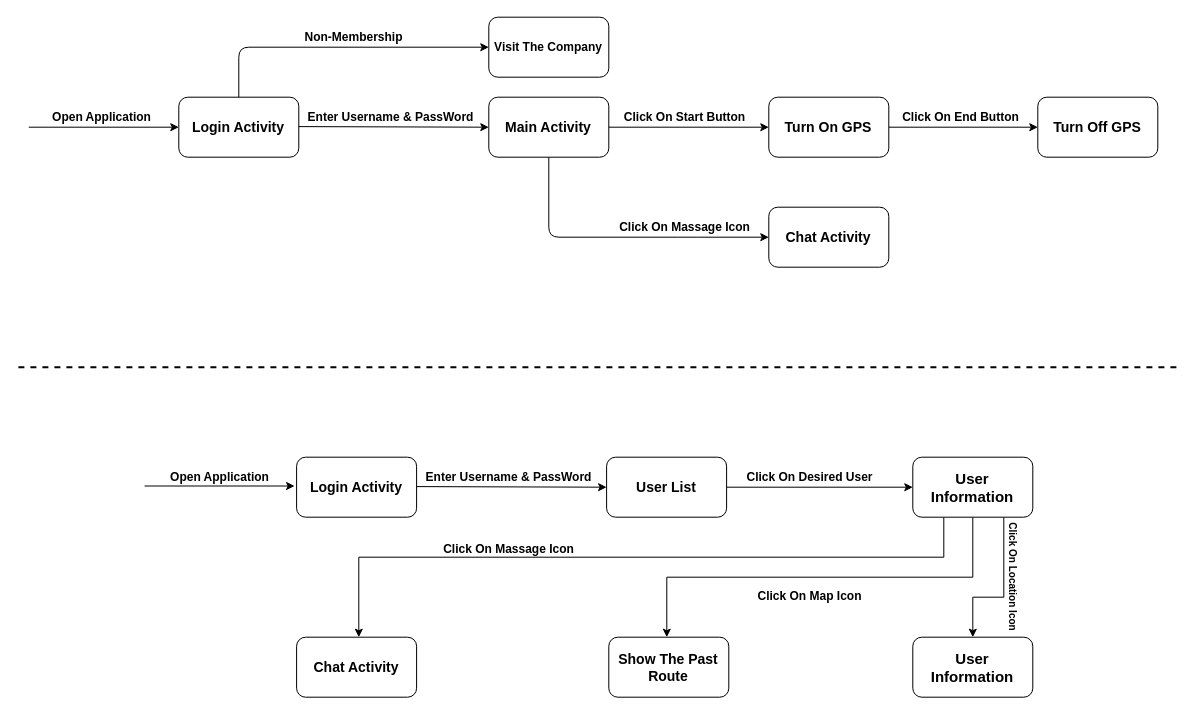
geeksesi/my_university keeps this draw.io diagram as Projects/Tahlil_term3/STD.drawio. Above is the earlier version. Source tidied: cells renumbered, new cells numbered last; positions are measured from the earlier drawing's top-left corner, leaving out a move shared by most shapes. Both pictures are drawn from the tidied source at 100%, with x=0, y=0 at pixel (18, 17).
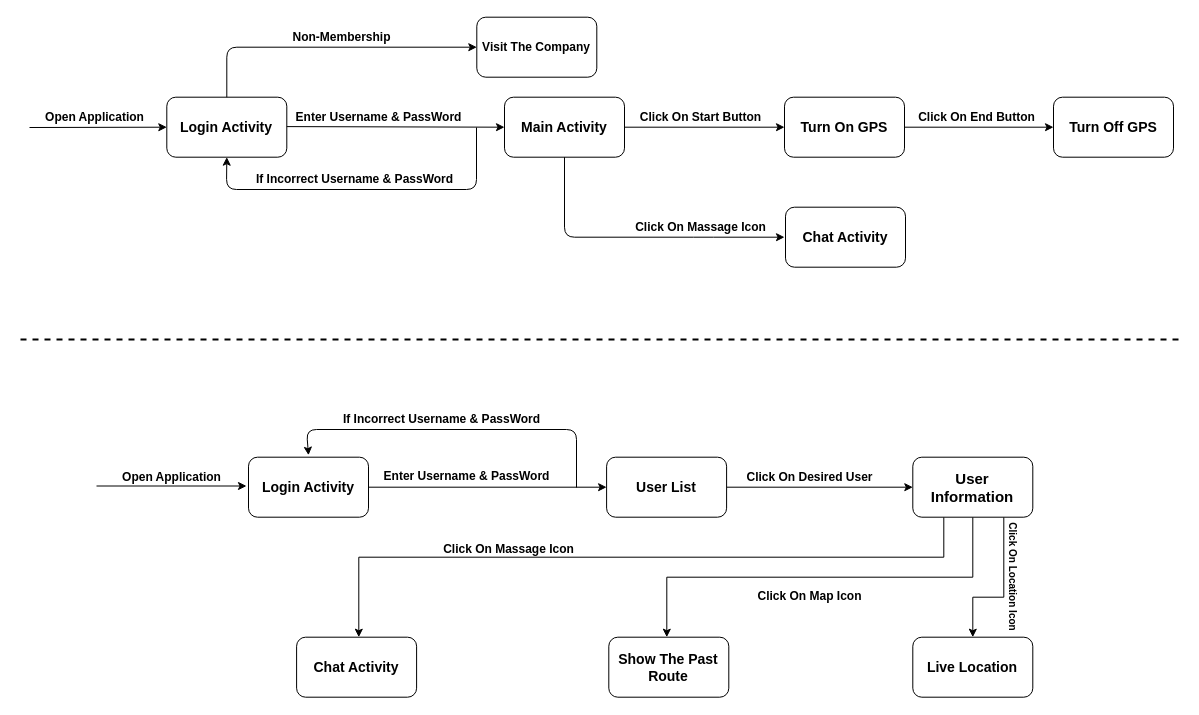
The same diagram, later.

Commit message (it also covers changes not shown here):
more gift from my love

Unchanged cells that the change refers to:
```xml
<mxCell id="24" value="&lt;font style=&quot;font-size: 14px&quot;&gt;&lt;b&gt;User List&lt;/b&gt;&lt;/font&gt;" style="rounded=1;whiteSpace=wrap;html=1;" parent="1" vertex="1">
  <mxGeometry x="588.1" y="439.7" width="120" height="60" as="geometry" />
</mxCell>
```

Diff of the diagram source:
```diff
@@
     <mxCell id="2" style="endArrow=classic;html=1;" parent="1" edge="1">
       <mxGeometry relative="1" as="geometry">
-        <mxPoint x="10.3" y="109.7" as="sourcePoint" />
-        <mxPoint x="160.3" y="109.7" as="targetPoint" />
+        <mxPoint x="11" y="110" as="sourcePoint" />
+        <mxPoint x="148.3" y="109.7" as="targetPoint" />
       </mxGeometry>
     </mxCell>
     <mxCell id="3" value="Open Application" style="text;html=1;align=center;verticalAlign=middle;fontStyle=1;" parent="1" vertex="1">
-      <mxGeometry x="28.3" y="89.7" width="110" height="20" as="geometry" />
+      <mxGeometry x="21" y="89.7" width="110" height="20" as="geometry" />
     </mxCell>
     <mxCell id="4" value="&lt;font style=&quot;font-size: 14px&quot;&gt;&lt;b&gt;Login Activity&lt;/b&gt;&lt;/font&gt;" style="rounded=1;whiteSpace=wrap;html=1;" parent="1" vertex="1">
-      <mxGeometry x="160.3" y="79.7" width="120" height="60" as="geometry" />
+      <mxGeometry x="148.3" y="79.7" width="120" height="60" as="geometry" />
     </mxCell>
     <mxCell id="5" style="endArrow=classic;html=1;entryX=0;entryY=0.5;entryDx=0;entryDy=0;" parent="1" edge="1" target="8">
       <mxGeometry relative="1" as="geometry">
-        <mxPoint x="280.3" y="109.1" as="sourcePoint" />
+        <mxPoint x="268.3" y="109.1" as="sourcePoint" />
       </mxGeometry>
     </mxCell>
     <mxCell id="6" style="endArrow=classic;html=1;entryX=0;entryY=0.5;entryDx=0;entryDy=0;exitX=0.5;exitY=0;exitDx=0;exitDy=0;" parent="1" edge="1" source="4" target="7">
       <mxGeometry relative="1" as="geometry">
         <Array as="points">
-          <mxPoint x="220.3" y="29.7" />
+          <mxPoint x="208.3" y="29.7" />
         </Array>
       </mxGeometry>
     </mxCell>
     <mxCell id="7" value="&lt;font style=&quot;font-size: 12px&quot;&gt;&lt;b&gt;Visit The Company&lt;/b&gt;&lt;/font&gt;" style="rounded=1;whiteSpace=wrap;html=1;" parent="1" vertex="1">
-      <mxGeometry x="470.3" y="-0.3" width="120" height="60" as="geometry" />
+      <mxGeometry x="458.3" y="-0.3" width="120" height="60" as="geometry" />
     </mxCell>
     <mxCell id="8" value="&lt;font style=&quot;font-size: 14px&quot;&gt;&lt;b&gt;Main Activity&lt;/b&gt;&lt;/font&gt;" style="rounded=1;whiteSpace=wrap;html=1;" parent="1" vertex="1">
-      <mxGeometry x="470.3" y="79.7" width="120" height="60" as="geometry" />
+      <mxGeometry x="486" y="79.7" width="120" height="60" as="geometry" />
     </mxCell>
     <mxCell id="9" value="&lt;font style=&quot;font-size: 14px&quot;&gt;&lt;b&gt;Chat Activity&lt;/b&gt;&lt;/font&gt;" style="rounded=1;whiteSpace=wrap;html=1;" parent="1" vertex="1">
-      <mxGeometry x="750.3" y="189.7" width="120" height="60" as="geometry" />
+      <mxGeometry x="767" y="189.7" width="120" height="60" as="geometry" />
     </mxCell>
     <mxCell id="10" value="Non-Membership" style="text;html=1;align=center;verticalAlign=middle;fontStyle=1;" parent="1" vertex="1">
-      <mxGeometry x="280.3" y="9.7" width="110" height="20" as="geometry" />
+      <mxGeometry x="268.3" y="9.7" width="110" height="20" as="geometry" />
     </mxCell>
     <mxCell id="11" value="Enter Username &amp;amp; PassWord" style="text;html=1;align=center;verticalAlign=middle;fontStyle=1;" parent="1" vertex="1">
-      <mxGeometry x="282.3" y="89.7" width="180" height="20" as="geometry" />
+      <mxGeometry x="270.3" y="89.7" width="180" height="20" as="geometry" />
     </mxCell>
     <mxCell id="12" style="endArrow=classic;html=1;" parent="1" edge="1">
       <mxGeometry relative="1" as="geometry">
-        <mxPoint x="590.3" y="109.7" as="sourcePoint" />
-        <mxPoint x="750.3" y="109.7" as="targetPoint" />
+        <mxPoint x="606" y="109.7" as="sourcePoint" />
+        <mxPoint x="766" y="109.7" as="targetPoint" />
       </mxGeometry>
     </mxCell>
@@
     <mxCell id="14" value="&lt;font style=&quot;font-size: 14px&quot;&gt;&lt;b&gt;Turn On GPS&lt;/b&gt;&lt;/font&gt;" style="rounded=1;whiteSpace=wrap;html=1;" parent="1" vertex="1">
-      <mxGeometry x="750.3" y="79.7" width="120" height="60" as="geometry" />
+      <mxGeometry x="766" y="79.7" width="120" height="60" as="geometry" />
     </mxCell>
     <mxCell id="15" value="&lt;font style=&quot;font-size: 14px&quot;&gt;&lt;b&gt;Turn Off GPS&lt;/b&gt;&lt;/font&gt;" style="rounded=1;whiteSpace=wrap;html=1;" parent="1" vertex="1">
-      <mxGeometry x="1019.3" y="79.7" width="120" height="60" as="geometry" />
+      <mxGeometry x="1035" y="79.7" width="120" height="60" as="geometry" />
     </mxCell>
     <mxCell id="16" value="Click On Start Button" style="text;html=1;align=center;verticalAlign=middle;fontStyle=1;" parent="1" vertex="1">
-      <mxGeometry x="601.3" y="89.7" width="130" height="20" as="geometry" />
+      <mxGeometry x="617" y="89.7" width="130" height="20" as="geometry" />
     </mxCell>
     <mxCell id="17" value="Click On End Button" style="text;html=1;align=center;verticalAlign=middle;fontStyle=1;" parent="1" vertex="1">
-      <mxGeometry x="877.3" y="89.7" width="130" height="20" as="geometry" />
+      <mxGeometry x="893" y="89.7" width="130" height="20" as="geometry" />
     </mxCell>
-    <mxCell id="18" style="endArrow=classic;html=1;exitX=0.5;exitY=1;exitDx=0;exitDy=0;entryX=0;entryY=0.5;entryDx=0;entryDy=0;" parent="1" edge="1" source="8" target="9">
+    <mxCell id="18" style="endArrow=classic;html=1;exitX=0.5;exitY=1;exitDx=0;exitDy=0;entryX=0;entryY=0.5;entryDx=0;entryDy=0;" parent="1" edge="1" source="8">
       <mxGeometry relative="1" as="geometry">
+        <mxPoint x="766" y="219.7" as="targetPoint" />
         <Array as="points">
-          <mxPoint x="530.3" y="219.7" />
-          <mxPoint x="669.3" y="219.7" />
+          <mxPoint x="546" y="219.7" />
+          <mxPoint x="685" y="219.7" />
         </Array>
       </mxGeometry>
     </mxCell>
     <mxCell id="19" value="Click On Massage Icon" style="text;html=1;align=center;verticalAlign=middle;fontStyle=1;" parent="1" vertex="1">
-      <mxGeometry x="596.3" y="199.7" width="140" height="20" as="geometry" />
+      <mxGeometry x="612" y="199.7" width="140" height="20" as="geometry" />
     </mxCell>
     <mxCell id="20" style="endArrow=none;dashed=1;html=1;fontSize=18;fontStyle=1;strokeWidth=2;" parent="1" edge="1">
       <mxGeometry relative="1" as="geometry">
-        <mxPoint x="-0.1" y="349.7" as="sourcePoint" />
-        <mxPoint x="1159.9" y="349.7" as="targetPoint" />
+        <mxPoint x="2" y="322" as="sourcePoint" />
+        <mxPoint x="1162" y="322" as="targetPoint" />
       </mxGeometry>
     </mxCell>
     <mxCell id="21" value="&lt;font style=&quot;font-size: 14px&quot;&gt;&lt;b&gt;Login Activity&lt;/b&gt;&lt;/font&gt;" style="rounded=1;whiteSpace=wrap;html=1;" parent="1" vertex="1">
-      <mxGeometry x="278.1" y="439.7" width="120" height="60" as="geometry" />
+      <mxGeometry x="230" y="439.7" width="120" height="60" as="geometry" />
     </mxCell>
-    <mxCell id="22" style="endArrow=classic;html=1;entryX=0;entryY=0.5;entryDx=0;entryDy=0;" parent="1" edge="1" target="24">
-      <mxGeometry relative="1" as="geometry">
-        <mxPoint x="398.1" y="469.1" as="sourcePoint" />
-      </mxGeometry>
+    <mxCell id="22" style="endArrow=classic;html=1;entryX=0;entryY=0.5;entryDx=0;entryDy=0;exitX=1;exitY=0.5;exitDx=0;exitDy=0;" parent="1" edge="1" source="21" target="24">
+      <mxGeometry relative="1" as="geometry" />
     </mxCell>
@@
-    <mxCell id="29" value="&lt;font style=&quot;font-size: 15px&quot;&gt;&lt;b&gt;User Information&lt;/b&gt;&lt;/font&gt;" style="rounded=1;whiteSpace=wrap;html=1;" parent="1" vertex="1">
+    <mxCell id="29" value="&lt;font style=&quot;font-size: 14px&quot;&gt;&lt;b&gt;Live Location&lt;/b&gt;&lt;/font&gt;" style="rounded=1;whiteSpace=wrap;html=1;" parent="1" vertex="1">
       <mxGeometry x="894.3" y="619.7" width="120" height="60" as="geometry" />
     </mxCell>
@@
     <mxCell id="32" value="Enter Username &amp;amp; PassWord" style="text;html=1;align=center;verticalAlign=middle;fontStyle=1;" parent="1" vertex="1">
-      <mxGeometry x="400.1" y="449.7" width="180" height="20" as="geometry" />
+      <mxGeometry x="358" y="448.7" width="180" height="20" as="geometry" />
     </mxCell>
     <mxCell id="33" style="endArrow=classic;html=1;" parent="1" edge="1">
       <mxGeometry relative="1" as="geometry">
-        <mxPoint x="126.1" y="468.5" as="sourcePoint" />
-        <mxPoint x="276.1" y="468.5" as="targetPoint" />
+        <mxPoint x="78" y="468.5" as="sourcePoint" />
+        <mxPoint x="228" y="468.5" as="targetPoint" />
       </mxGeometry>
     </mxCell>
     <mxCell id="34" value="Open Application" style="text;html=1;align=center;verticalAlign=middle;fontStyle=1;" parent="1" vertex="1">
-      <mxGeometry x="146.1" y="449.7" width="110" height="20" as="geometry" />
+      <mxGeometry x="98" y="449.7" width="110" height="20" as="geometry" />
     </mxCell>
@@
+    <mxCell id="39" style="endArrow=classic;html=1;entryX=0.5;entryY=1;entryDx=0;entryDy=0;" parent="1" edge="1" target="4">
+      <mxGeometry relative="1" as="geometry">
+        <mxPoint x="458" y="110" as="sourcePoint" />
+        <Array as="points">
+          <mxPoint x="458" y="172" />
+          <mxPoint x="208" y="172" />
+        </Array>
+      </mxGeometry>
+    </mxCell>
+    <mxCell id="40" value="If Incorrect Username &amp;amp; PassWord" style="text;html=1;align=center;verticalAlign=middle;fontStyle=1;" parent="1" vertex="1">
+      <mxGeometry x="231" y="152" width="210" height="20" as="geometry" />
+    </mxCell>
+    <mxCell id="41" style="endArrow=classic;html=1;entryX=0.5;entryY=0;entryDx=0;entryDy=0;" parent="1" edge="1">
+      <mxGeometry relative="1" as="geometry">
+        <mxPoint x="558" y="470" as="sourcePoint" />
+        <mxPoint x="290" y="437.7" as="targetPoint" />
+        <Array as="points">
+          <mxPoint x="558" y="412" />
+          <mxPoint x="288" y="412" />
+        </Array>
+      </mxGeometry>
+    </mxCell>
+    <mxCell id="42" value="If Incorrect Username &amp;amp; PassWord" style="text;html=1;align=center;verticalAlign=middle;fontStyle=1;" parent="1" vertex="1">
+      <mxGeometry x="318" y="392" width="210" height="20" as="geometry" />
+    </mxCell>
```
